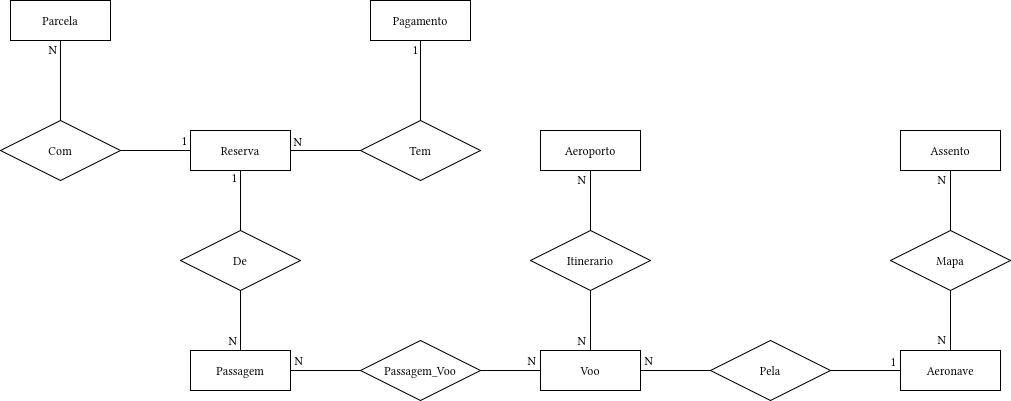
Before: linhas-aereas-ER.drawio.png, a diagram exported from draw.io (hmccl/linhas-aereas). Source tidied: cells renumbered, new cells last; positions are measured from the earlier drawing's top-left corner, leaving out a move shared by most shapes.
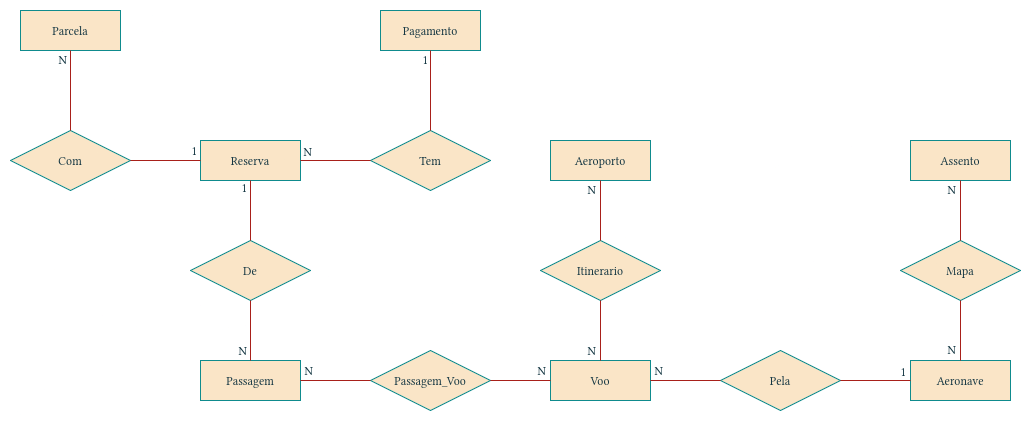
After the commit.

The edit, as a diff of the source:
```diff
@@ -1,160 +1,160 @@
-<mxGraphModel>
+<mxGraphModel background="#ffffff">
   <root>
     <mxCell id="0" />
     <mxCell id="1" parent="0" />
-    <mxCell id="2" value="Passagem" style="whiteSpace=wrap;html=1;align=center;" parent="1" vertex="1">
+    <mxCell id="2" value="Passagem" style="whiteSpace=wrap;html=1;align=center;labelBackgroundColor=none;fillColor=#FAE5C7;strokeColor=#0F8B8D;fontColor=#143642;rounded=0;" parent="1" vertex="1">
       <mxGeometry x="190" y="350" width="100" height="40" as="geometry" />
     </mxCell>
-    <mxCell id="3" value="Passagem_Voo" style="shape=rhombus;perimeter=rhombusPerimeter;whiteSpace=wrap;html=1;align=center;" parent="1" vertex="1">
+    <mxCell id="3" value="Passagem_Voo" style="shape=rhombus;perimeter=rhombusPerimeter;whiteSpace=wrap;html=1;align=center;labelBackgroundColor=none;fillColor=#FAE5C7;strokeColor=#0F8B8D;fontColor=#143642;rounded=0;" parent="1" vertex="1">
       <mxGeometry x="360" y="340" width="120" height="60" as="geometry" />
     </mxCell>
-    <mxCell id="4" value="Voo" style="whiteSpace=wrap;html=1;align=center;" parent="1" vertex="1">
+    <mxCell id="4" value="Voo" style="whiteSpace=wrap;html=1;align=center;labelBackgroundColor=none;fillColor=#FAE5C7;strokeColor=#0F8B8D;fontColor=#143642;rounded=0;" parent="1" vertex="1">
       <mxGeometry x="540" y="350" width="100" height="40" as="geometry" />
     </mxCell>
-    <mxCell id="5" value="Itinerario" style="shape=rhombus;perimeter=rhombusPerimeter;whiteSpace=wrap;html=1;align=center;" parent="1" vertex="1">
+    <mxCell id="5" value="Itinerario" style="shape=rhombus;perimeter=rhombusPerimeter;whiteSpace=wrap;html=1;align=center;labelBackgroundColor=none;fillColor=#FAE5C7;strokeColor=#0F8B8D;fontColor=#143642;rounded=0;" parent="1" vertex="1">
       <mxGeometry x="530" y="230" width="120" height="60" as="geometry" />
     </mxCell>
-    <mxCell id="6" value="Aeroporto" style="whiteSpace=wrap;html=1;align=center;" parent="1" vertex="1">
+    <mxCell id="6" value="Aeroporto" style="whiteSpace=wrap;html=1;align=center;labelBackgroundColor=none;fillColor=#FAE5C7;strokeColor=#0F8B8D;fontColor=#143642;rounded=0;" parent="1" vertex="1">
       <mxGeometry x="540" y="130" width="100" height="40" as="geometry" />
     </mxCell>
-    <mxCell id="7" value="Pela" style="shape=rhombus;perimeter=rhombusPerimeter;whiteSpace=wrap;html=1;align=center;" parent="1" vertex="1">
+    <mxCell id="7" value="Pela" style="shape=rhombus;perimeter=rhombusPerimeter;whiteSpace=wrap;html=1;align=center;labelBackgroundColor=none;fillColor=#FAE5C7;strokeColor=#0F8B8D;fontColor=#143642;rounded=0;" parent="1" vertex="1">
       <mxGeometry x="710" y="340" width="120" height="60" as="geometry" />
     </mxCell>
-    <mxCell id="8" value="Aeronave" style="whiteSpace=wrap;html=1;align=center;" parent="1" vertex="1">
+    <mxCell id="8" value="Aeronave" style="whiteSpace=wrap;html=1;align=center;labelBackgroundColor=none;fillColor=#FAE5C7;strokeColor=#0F8B8D;fontColor=#143642;rounded=0;" parent="1" vertex="1">
       <mxGeometry x="900" y="350" width="100" height="40" as="geometry" />
     </mxCell>
-    <mxCell id="9" value="Mapa" style="shape=rhombus;perimeter=rhombusPerimeter;whiteSpace=wrap;html=1;align=center;" parent="1" vertex="1">
+    <mxCell id="9" value="Mapa" style="shape=rhombus;perimeter=rhombusPerimeter;whiteSpace=wrap;html=1;align=center;labelBackgroundColor=none;fillColor=#FAE5C7;strokeColor=#0F8B8D;fontColor=#143642;rounded=0;" parent="1" vertex="1">
       <mxGeometry x="890" y="230" width="120" height="60" as="geometry" />
     </mxCell>
-    <mxCell id="10" value="Assento" style="whiteSpace=wrap;html=1;align=center;" parent="1" vertex="1">
+    <mxCell id="10" value="Assento" style="whiteSpace=wrap;html=1;align=center;labelBackgroundColor=none;fillColor=#FAE5C7;strokeColor=#0F8B8D;fontColor=#143642;rounded=0;" parent="1" vertex="1">
       <mxGeometry x="900" y="130" width="100" height="40" as="geometry" />
     </mxCell>
-    <mxCell id="11" value="De" style="shape=rhombus;perimeter=rhombusPerimeter;whiteSpace=wrap;html=1;align=center;" parent="1" vertex="1">
+    <mxCell id="11" value="De" style="shape=rhombus;perimeter=rhombusPerimeter;whiteSpace=wrap;html=1;align=center;labelBackgroundColor=none;fillColor=#FAE5C7;strokeColor=#0F8B8D;fontColor=#143642;rounded=0;" parent="1" vertex="1">
       <mxGeometry x="180" y="230" width="120" height="60" as="geometry" />
     </mxCell>
-    <mxCell id="12" value="Reserva" style="whiteSpace=wrap;html=1;align=center;" parent="1" vertex="1">
+    <mxCell id="12" value="Reserva" style="whiteSpace=wrap;html=1;align=center;labelBackgroundColor=none;fillColor=#FAE5C7;strokeColor=#0F8B8D;fontColor=#143642;rounded=0;" parent="1" vertex="1">
       <mxGeometry x="190" y="130" width="100" height="40" as="geometry" />
     </mxCell>
-    <mxCell id="13" value="Tem" style="shape=rhombus;perimeter=rhombusPerimeter;whiteSpace=wrap;html=1;align=center;" parent="1" vertex="1">
+    <mxCell id="13" value="Tem" style="shape=rhombus;perimeter=rhombusPerimeter;whiteSpace=wrap;html=1;align=center;labelBackgroundColor=none;fillColor=#FAE5C7;strokeColor=#0F8B8D;fontColor=#143642;rounded=0;" parent="1" vertex="1">
       <mxGeometry x="360" y="120" width="120" height="60" as="geometry" />
     </mxCell>
-    <mxCell id="14" value="Com" style="shape=rhombus;perimeter=rhombusPerimeter;whiteSpace=wrap;html=1;align=center;" parent="1" vertex="1">
+    <mxCell id="14" value="Com" style="shape=rhombus;perimeter=rhombusPerimeter;whiteSpace=wrap;html=1;align=center;labelBackgroundColor=none;fillColor=#FAE5C7;strokeColor=#0F8B8D;fontColor=#143642;rounded=0;" parent="1" vertex="1">
       <mxGeometry y="120" width="120" height="60" as="geometry" />
     </mxCell>
-    <mxCell id="15" value="Pagamento" style="whiteSpace=wrap;html=1;align=center;" parent="1" vertex="1">
+    <mxCell id="15" value="Pagamento" style="whiteSpace=wrap;html=1;align=center;labelBackgroundColor=none;fillColor=#FAE5C7;strokeColor=#0F8B8D;fontColor=#143642;rounded=0;" parent="1" vertex="1">
       <mxGeometry x="370" width="100" height="40" as="geometry" />
     </mxCell>
-    <mxCell id="16" value="Parcela" style="whiteSpace=wrap;html=1;align=center;" parent="1" vertex="1">
+    <mxCell id="16" value="Parcela" style="whiteSpace=wrap;html=1;align=center;labelBackgroundColor=none;fillColor=#FAE5C7;strokeColor=#0F8B8D;fontColor=#143642;rounded=0;" parent="1" vertex="1">
       <mxGeometry x="10" width="100" height="40" as="geometry" />
     </mxCell>
-    <mxCell id="17" style="endArrow=none;html=1;rounded=0;" parent="1" edge="1" source="14" target="12">
+    <mxCell id="17" style="endArrow=none;html=1;rounded=0;labelBackgroundColor=none;strokeColor=#A8201A;fontColor=default;" parent="1" edge="1" source="14" target="12">
       <mxGeometry relative="1" as="geometry" />
     </mxCell>
-    <mxCell id="18" value="1" style="html=1;whiteSpace=wrap;align=right;verticalAlign=bottom;" parent="17" vertex="1">
+    <mxCell id="18" value="1" style="html=1;whiteSpace=wrap;align=right;verticalAlign=bottom;labelBackgroundColor=none;fillColor=#FAE5C7;strokeColor=#0F8B8D;fontColor=#143642;rounded=0;" parent="17" vertex="1">
       <mxGeometry x="1" relative="1" as="geometry">
         <mxPoint x="-2" y="-1" as="offset" />
       </mxGeometry>
     </mxCell>
-    <mxCell id="19" style="endArrow=none;html=1;rounded=0;" parent="1" edge="1" source="14" target="16">
+    <mxCell id="19" style="endArrow=none;html=1;rounded=0;labelBackgroundColor=none;strokeColor=#A8201A;fontColor=default;" parent="1" edge="1" source="14" target="16">
       <mxGeometry relative="1" as="geometry" />
     </mxCell>
-    <mxCell id="20" value="N" style="html=1;whiteSpace=wrap;align=right;verticalAlign=bottom;" parent="19" vertex="1">
+    <mxCell id="20" value="N" style="html=1;whiteSpace=wrap;align=right;verticalAlign=bottom;labelBackgroundColor=none;fillColor=#FAE5C7;strokeColor=#0F8B8D;fontColor=#143642;rounded=0;" parent="19" vertex="1">
       <mxGeometry x="1" relative="1" as="geometry">
         <mxPoint x="-2" y="18" as="offset" />
       </mxGeometry>
     </mxCell>
-    <mxCell id="21" style="endArrow=none;html=1;rounded=0;" parent="1" edge="1" source="13" target="12">
+    <mxCell id="21" style="endArrow=none;html=1;rounded=0;labelBackgroundColor=none;strokeColor=#A8201A;fontColor=default;" parent="1" edge="1" source="13" target="12">
       <mxGeometry relative="1" as="geometry" />
     </mxCell>
-    <mxCell id="22" value="N" style="html=1;whiteSpace=wrap;align=right;verticalAlign=bottom;" parent="21" vertex="1">
+    <mxCell id="22" value="N" style="html=1;whiteSpace=wrap;align=right;verticalAlign=bottom;labelBackgroundColor=none;fillColor=#FAE5C7;strokeColor=#0F8B8D;fontColor=#143642;rounded=0;" parent="21" vertex="1">
       <mxGeometry x="1" relative="1" as="geometry">
         <mxPoint x="13" as="offset" />
       </mxGeometry>
     </mxCell>
-    <mxCell id="23" style="endArrow=none;html=1;rounded=0;" parent="1" edge="1" source="13" target="15">
+    <mxCell id="23" style="endArrow=none;html=1;rounded=0;labelBackgroundColor=none;strokeColor=#A8201A;fontColor=default;" parent="1" edge="1" source="13" target="15">
       <mxGeometry relative="1" as="geometry" />
     </mxCell>
-    <mxCell id="24" value="1" style="html=1;whiteSpace=wrap;align=right;verticalAlign=bottom;" parent="23" vertex="1">
+    <mxCell id="24" value="1" style="html=1;whiteSpace=wrap;align=right;verticalAlign=bottom;labelBackgroundColor=none;fillColor=#FAE5C7;strokeColor=#0F8B8D;fontColor=#143642;rounded=0;" parent="23" vertex="1">
       <mxGeometry x="1" relative="1" as="geometry">
         <mxPoint x="-1" y="18" as="offset" />
       </mxGeometry>
     </mxCell>
-    <mxCell id="25" style="endArrow=none;html=1;rounded=0;" parent="1" edge="1" source="11" target="12">
+    <mxCell id="25" style="endArrow=none;html=1;rounded=0;labelBackgroundColor=none;strokeColor=#A8201A;fontColor=default;" parent="1" edge="1" source="11" target="12">
       <mxGeometry relative="1" as="geometry" />
     </mxCell>
-    <mxCell id="26" value="1" style="html=1;whiteSpace=wrap;align=right;verticalAlign=bottom;" parent="25" vertex="1">
+    <mxCell id="26" value="1" style="html=1;whiteSpace=wrap;align=right;verticalAlign=bottom;labelBackgroundColor=none;fillColor=#FAE5C7;strokeColor=#0F8B8D;fontColor=#143642;rounded=0;" parent="25" vertex="1">
       <mxGeometry x="1" relative="1" as="geometry">
         <mxPoint x="-2" y="16" as="offset" />
       </mxGeometry>
     </mxCell>
-    <mxCell id="27" style="endArrow=none;html=1;rounded=0;" parent="1" edge="1" source="11" target="2">
+    <mxCell id="27" style="endArrow=none;html=1;rounded=0;labelBackgroundColor=none;strokeColor=#A8201A;fontColor=default;" parent="1" edge="1" source="11" target="2">
       <mxGeometry relative="1" as="geometry" />
     </mxCell>
-    <mxCell id="28" value="N" style="html=1;whiteSpace=wrap;align=right;verticalAlign=bottom;" parent="27" vertex="1">
+    <mxCell id="28" value="N" style="html=1;whiteSpace=wrap;align=right;verticalAlign=bottom;labelBackgroundColor=none;fillColor=#FAE5C7;strokeColor=#0F8B8D;fontColor=#143642;rounded=0;" parent="27" vertex="1">
       <mxGeometry x="1" relative="1" as="geometry">
         <mxPoint x="-2" y="-1" as="offset" />
       </mxGeometry>
     </mxCell>
-    <mxCell id="29" style="endArrow=none;html=1;rounded=0;" parent="1" edge="1" source="3" target="2">
+    <mxCell id="29" style="endArrow=none;html=1;rounded=0;labelBackgroundColor=none;strokeColor=#A8201A;fontColor=default;" parent="1" edge="1" source="3" target="2">
       <mxGeometry relative="1" as="geometry" />
     </mxCell>
-    <mxCell id="30" value="N" style="html=1;whiteSpace=wrap;align=right;verticalAlign=bottom;" parent="29" vertex="1">
+    <mxCell id="30" value="N" style="html=1;whiteSpace=wrap;align=right;verticalAlign=bottom;labelBackgroundColor=none;fillColor=#FAE5C7;strokeColor=#0F8B8D;fontColor=#143642;rounded=0;" parent="29" vertex="1">
       <mxGeometry x="1" relative="1" as="geometry">
         <mxPoint x="14" y="-1" as="offset" />
       </mxGeometry>
     </mxCell>
-    <mxCell id="31" style="endArrow=none;html=1;rounded=0;" parent="1" edge="1" source="3" target="4">
+    <mxCell id="31" style="endArrow=none;html=1;rounded=0;labelBackgroundColor=none;strokeColor=#A8201A;fontColor=default;" parent="1" edge="1" source="3" target="4">
       <mxGeometry relative="1" as="geometry" />
     </mxCell>
-    <mxCell id="32" value="N" style="html=1;whiteSpace=wrap;align=right;verticalAlign=bottom;" parent="31" vertex="1">
+    <mxCell id="32" value="N" style="html=1;whiteSpace=wrap;align=right;verticalAlign=bottom;labelBackgroundColor=none;fillColor=#FAE5C7;strokeColor=#0F8B8D;fontColor=#143642;rounded=0;" parent="31" vertex="1">
       <mxGeometry x="1" relative="1" as="geometry">
         <mxPoint x="-3" y="-1" as="offset" />
       </mxGeometry>
     </mxCell>
-    <mxCell id="33" style="endArrow=none;html=1;rounded=0;" parent="1" edge="1" source="7" target="4">
+    <mxCell id="33" style="endArrow=none;html=1;rounded=0;labelBackgroundColor=none;strokeColor=#A8201A;fontColor=default;" parent="1" edge="1" source="7" target="4">
       <mxGeometry relative="1" as="geometry" />
     </mxCell>
-    <mxCell id="34" value="N" style="html=1;whiteSpace=wrap;align=right;verticalAlign=bottom;" parent="33" vertex="1">
+    <mxCell id="34" value="N" style="html=1;whiteSpace=wrap;align=right;verticalAlign=bottom;labelBackgroundColor=none;fillColor=#FAE5C7;strokeColor=#0F8B8D;fontColor=#143642;rounded=0;" parent="33" vertex="1">
       <mxGeometry x="1" relative="1" as="geometry">
         <mxPoint x="14" y="-1" as="offset" />
       </mxGeometry>
     </mxCell>
-    <mxCell id="35" style="endArrow=none;html=1;rounded=0;" parent="1" edge="1" source="5" target="4">
+    <mxCell id="35" style="endArrow=none;html=1;rounded=0;labelBackgroundColor=none;strokeColor=#A8201A;fontColor=default;" parent="1" edge="1" source="5" target="4">
       <mxGeometry relative="1" as="geometry" />
     </mxCell>
-    <mxCell id="36" value="N" style="html=1;whiteSpace=wrap;align=right;verticalAlign=bottom;" parent="35" vertex="1">
+    <mxCell id="36" value="N" style="html=1;whiteSpace=wrap;align=right;verticalAlign=bottom;labelBackgroundColor=none;fillColor=#FAE5C7;strokeColor=#0F8B8D;fontColor=#143642;rounded=0;" parent="35" vertex="1">
       <mxGeometry x="1" relative="1" as="geometry">
         <mxPoint x="-3" y="-1" as="offset" />
       </mxGeometry>
     </mxCell>
-    <mxCell id="37" style="endArrow=none;html=1;rounded=0;" parent="1" edge="1" source="5" target="6">
+    <mxCell id="37" style="endArrow=none;html=1;rounded=0;labelBackgroundColor=none;strokeColor=#A8201A;fontColor=default;" parent="1" edge="1" source="5" target="6">
       <mxGeometry relative="1" as="geometry" />
     </mxCell>
-    <mxCell id="38" value="N" style="html=1;whiteSpace=wrap;align=right;verticalAlign=bottom;" parent="37" vertex="1">
+    <mxCell id="38" value="N" style="html=1;whiteSpace=wrap;align=right;verticalAlign=bottom;labelBackgroundColor=none;fillColor=#FAE5C7;strokeColor=#0F8B8D;fontColor=#143642;rounded=0;" parent="37" vertex="1">
       <mxGeometry x="1" relative="1" as="geometry">
         <mxPoint x="-3" y="18" as="offset" />
       </mxGeometry>
     </mxCell>
-    <mxCell id="39" style="endArrow=none;html=1;rounded=0;" parent="1" edge="1" source="7" target="8">
+    <mxCell id="39" style="endArrow=none;html=1;rounded=0;labelBackgroundColor=none;strokeColor=#A8201A;fontColor=default;" parent="1" edge="1" source="7" target="8">
       <mxGeometry relative="1" as="geometry" />
     </mxCell>
-    <mxCell id="40" value="1" style="html=1;whiteSpace=wrap;align=right;verticalAlign=bottom;" parent="39" vertex="1">
+    <mxCell id="40" value="1" style="html=1;whiteSpace=wrap;align=right;verticalAlign=bottom;labelBackgroundColor=none;fillColor=#FAE5C7;strokeColor=#0F8B8D;fontColor=#143642;rounded=0;" parent="39" vertex="1">
       <mxGeometry x="1" relative="1" as="geometry">
         <mxPoint x="-3" as="offset" />
       </mxGeometry>
     </mxCell>
-    <mxCell id="41" style="endArrow=none;html=1;rounded=0;" parent="1" edge="1" source="9" target="8">
+    <mxCell id="41" style="endArrow=none;html=1;rounded=0;labelBackgroundColor=none;strokeColor=#A8201A;fontColor=default;" parent="1" edge="1" source="9" target="8">
       <mxGeometry relative="1" as="geometry" />
     </mxCell>
-    <mxCell id="42" value="N" style="html=1;whiteSpace=wrap;align=right;verticalAlign=bottom;" parent="41" vertex="1">
+    <mxCell id="42" value="N" style="html=1;whiteSpace=wrap;align=right;verticalAlign=bottom;labelBackgroundColor=none;fillColor=#FAE5C7;strokeColor=#0F8B8D;fontColor=#143642;rounded=0;" parent="41" vertex="1">
       <mxGeometry x="1" relative="1" as="geometry">
         <mxPoint x="-3" y="-2" as="offset" />
       </mxGeometry>
     </mxCell>
-    <mxCell id="43" style="endArrow=none;html=1;rounded=0;" parent="1" edge="1" source="9" target="10">
+    <mxCell id="43" style="endArrow=none;html=1;rounded=0;labelBackgroundColor=none;strokeColor=#A8201A;fontColor=default;labelBorderColor=none;textShadow=0;" parent="1" edge="1" source="9" target="10">
       <mxGeometry relative="1" as="geometry" />
     </mxCell>
-    <mxCell id="44" value="N" style="html=1;whiteSpace=wrap;align=right;verticalAlign=bottom;" parent="43" vertex="1">
+    <mxCell id="44" value="N" style="html=1;whiteSpace=wrap;align=right;verticalAlign=bottom;labelBackgroundColor=none;fillColor=#FAE5C7;strokeColor=#0F8B8D;fontColor=#143642;rounded=0;" parent="43" vertex="1">
       <mxGeometry x="1" relative="1" as="geometry">
         <mxPoint x="-3" y="18" as="offset" />
       </mxGeometry>
```
